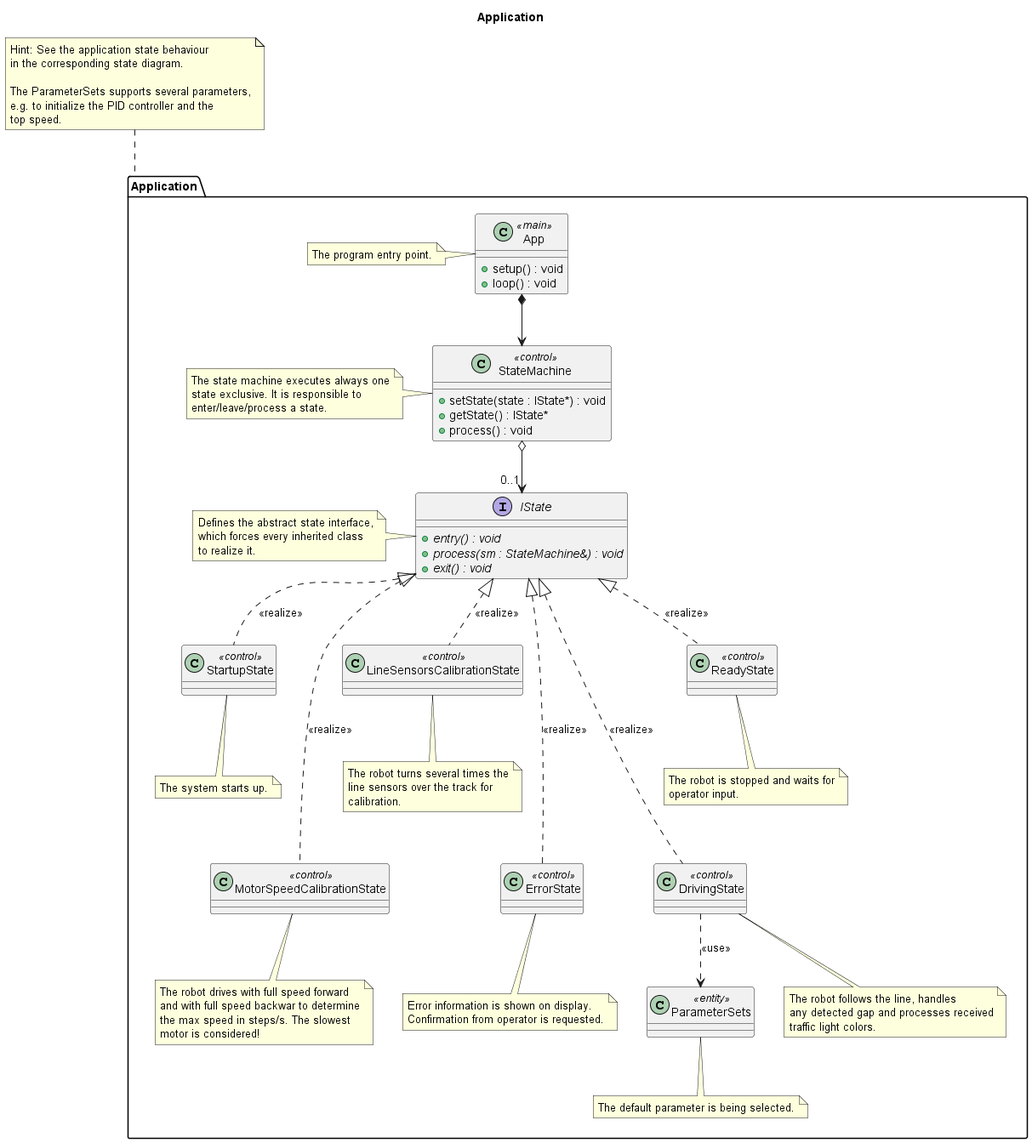
Above: out/doc/architecture/uml/LogicalView/EndlessRun/Application/Application.png in BlueAndi/RadonUlzer (PlantUML), before the change.
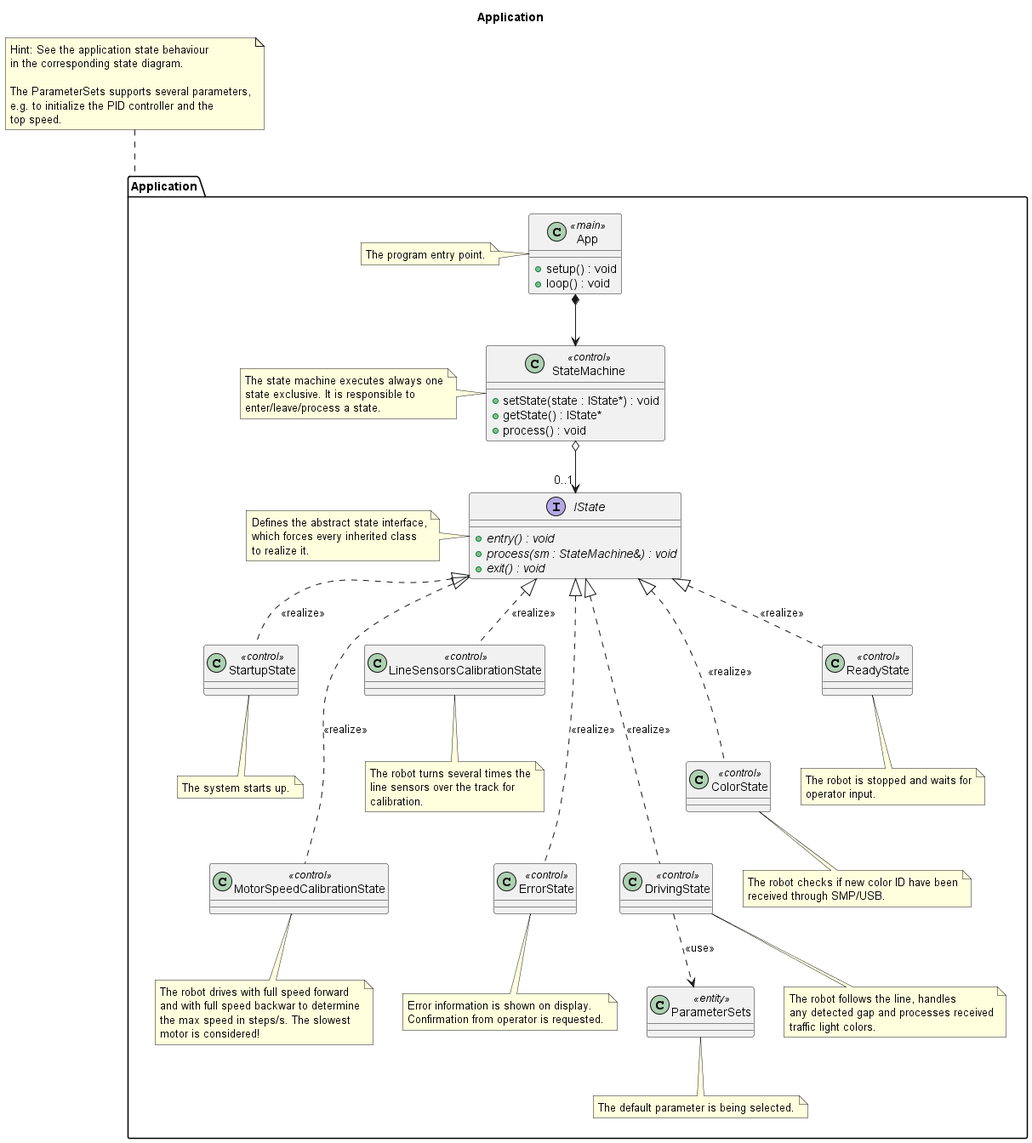
The same file after the commit.

Commit message:
Redid UML Diagrams to better suit the app.

What changed in the source:
```diff
@@ -42,6 +42,7 @@
     class LineSensorsCalibrationState <<control>>
     class ErrorState <<control>>
     class DrivingState <<control>>
+    class ColorState <<control>>
     class ReadyState <<control>>
 
     class ParameterSets <<entity>>
@@ -78,6 +79,11 @@
         traffic light colors.
     end note
 
+    note bottom of ColorState
+        The robot checks if new color ID have been
+        received through SMP/USB.
+    end note
+
     note bottom of ReadyState
         The robot is stopped and waits for
         operator input.
@@ -104,6 +110,7 @@
 IState <|.... ErrorState: <<realize>>
 IState <|.. ReadyState: <<realize>>
 IState <|.... DrivingState: <<realize>>
+IState <|... ColorState: <<realize>>
 
 DrivingState ..> ParameterSets: <<use>>
 
```
